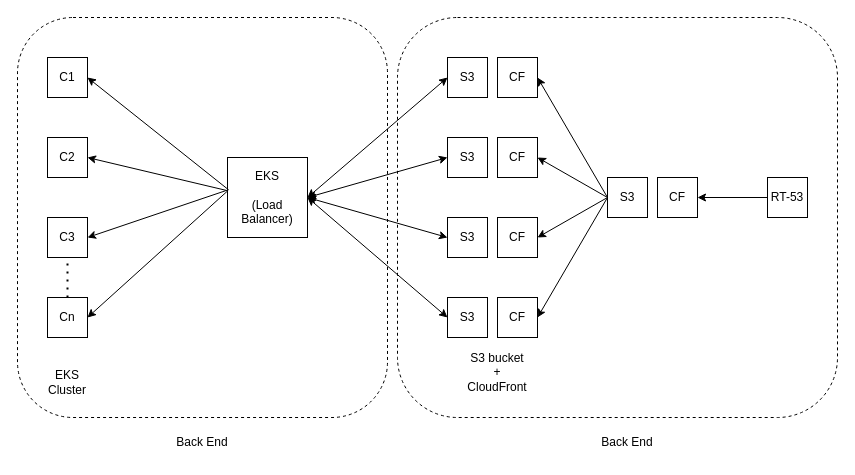
Before: Project/Poject.drawio in borkar-shubham/draw.io, a draw.io diagram. Source tidied: cells renumbered, new cells numbered last; positions are measured from the earlier drawing's top-left corner, leaving out a move shared by most shapes. Both pictures are drawn from the tidied source at 100%, with x=0, y=0 at pixel (17, 17).
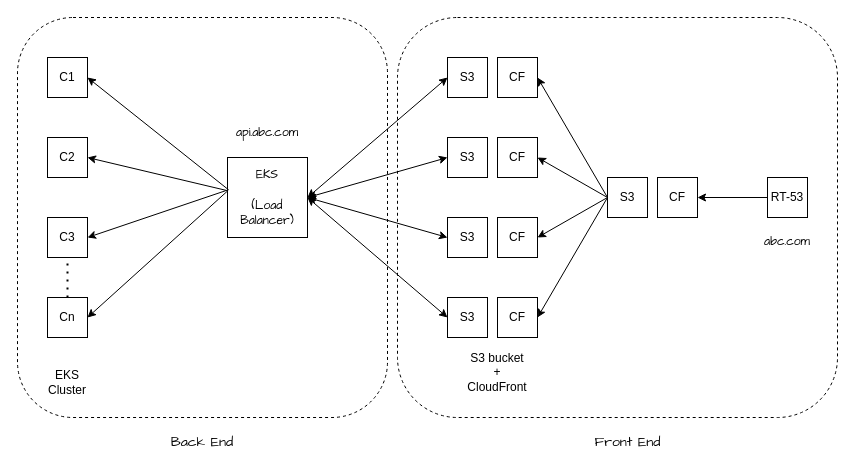
The same diagram, later.

What changed in the source:
```diff
@@
-    <mxCell id="13" value="EKS&lt;br&gt;&lt;br&gt;(Load Balancer)" style="text;html=1;strokeColor=none;fillColor=none;align=center;verticalAlign=middle;whiteSpace=wrap;rounded=0;" parent="1" vertex="1">
+    <mxCell id="13" value="&lt;font face=&quot;Comic Sans MS&quot;&gt;EKS&lt;br&gt;&lt;br&gt;(Load Balancer)&lt;/font&gt;" style="text;html=1;strokeColor=none;fillColor=none;align=center;verticalAlign=middle;whiteSpace=wrap;rounded=0;" parent="1" vertex="1">
       <mxGeometry x="215" y="160" width="70" height="40" as="geometry" />
     </mxCell>
@@
-    <mxCell id="36" value="Back End" style="text;html=1;strokeColor=none;fillColor=none;align=center;verticalAlign=middle;whiteSpace=wrap;rounded=0;dashed=1;" parent="1" vertex="1">
-      <mxGeometry x="155" y="410" width="60" height="30" as="geometry" />
+    <mxCell id="36" value="&lt;font style=&quot;font-size: 14px;&quot; face=&quot;Comic Sans MS&quot;&gt;Back End&lt;/font&gt;" style="text;html=1;strokeColor=none;fillColor=none;align=center;verticalAlign=middle;whiteSpace=wrap;rounded=0;dashed=1;" parent="1" vertex="1">
+      <mxGeometry x="130" y="410" width="110" height="30" as="geometry" />
     </mxCell>
-    <mxCell id="37" value="Back End" style="text;html=1;strokeColor=none;fillColor=none;align=center;verticalAlign=middle;whiteSpace=wrap;rounded=0;dashed=1;" parent="1" vertex="1">
-      <mxGeometry x="580" y="410" width="60" height="30" as="geometry" />
+    <mxCell id="37" value="&lt;font style=&quot;font-size: 14px;&quot; face=&quot;Comic Sans MS&quot;&gt;Front End&lt;/font&gt;" style="text;html=1;strokeColor=none;fillColor=none;align=center;verticalAlign=middle;whiteSpace=wrap;rounded=0;dashed=1;" parent="1" vertex="1">
+      <mxGeometry x="562.5" y="410" width="95" height="30" as="geometry" />
     </mxCell>
@@
+    <mxCell id="39" value="&lt;font style=&quot;font-size: 12px;&quot;&gt;api.abc.com&lt;/font&gt;" style="text;html=1;strokeColor=none;fillColor=none;align=center;verticalAlign=middle;whiteSpace=wrap;rounded=0;dashed=1;fontFamily=Comic Sans MS;fontSize=14;" parent="1" vertex="1">
+      <mxGeometry x="220" y="100" width="60" height="30" as="geometry" />
+    </mxCell>
+    <mxCell id="40" value="abc.com" style="text;html=1;strokeColor=none;fillColor=none;align=center;verticalAlign=middle;whiteSpace=wrap;rounded=0;dashed=1;fontFamily=Comic Sans MS;fontSize=12;" parent="1" vertex="1">
+      <mxGeometry x="740" y="210" width="60" height="30" as="geometry" />
+    </mxCell>
```
